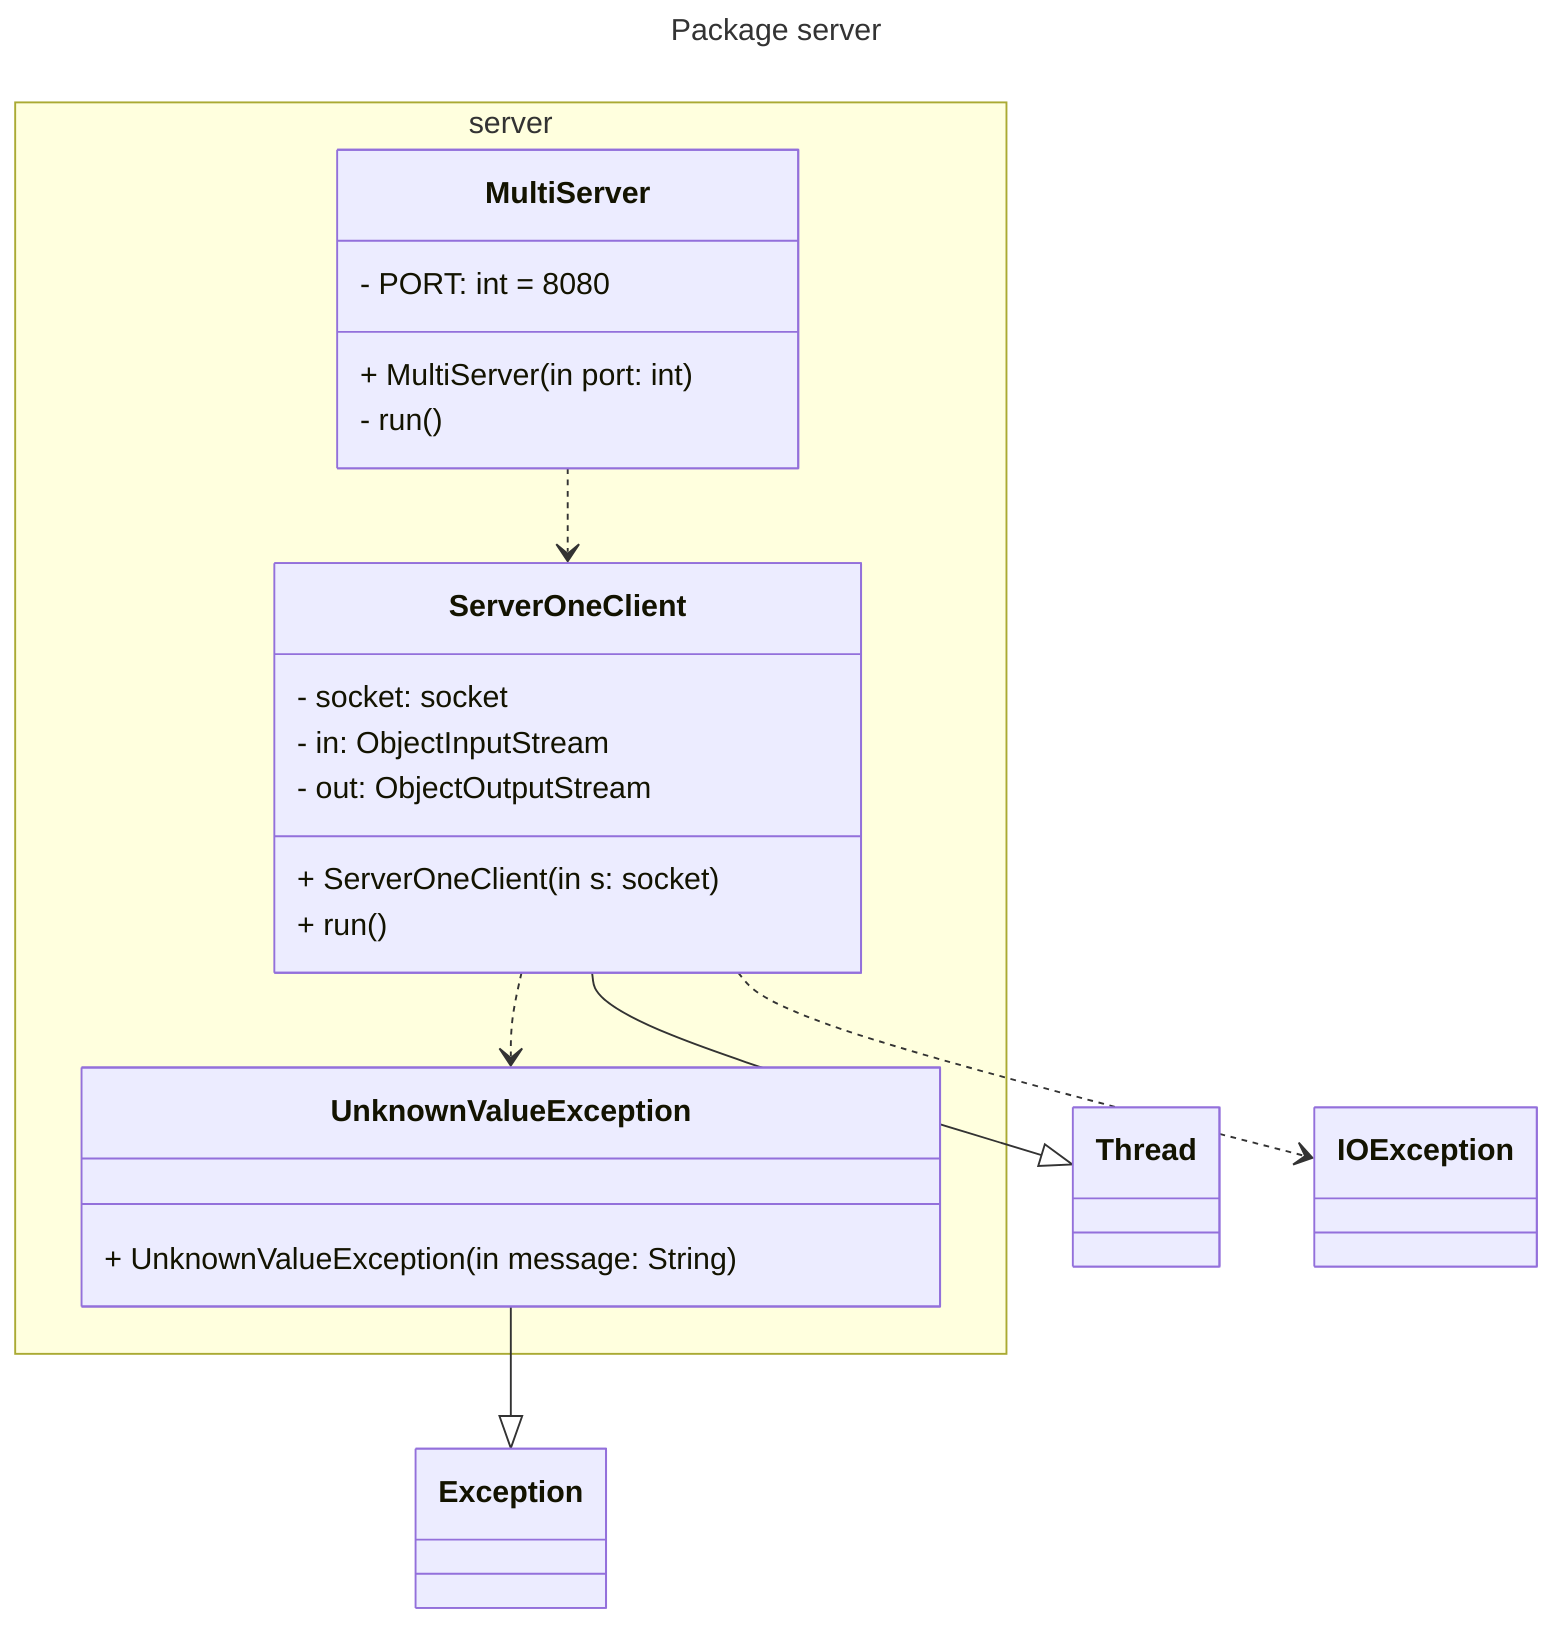
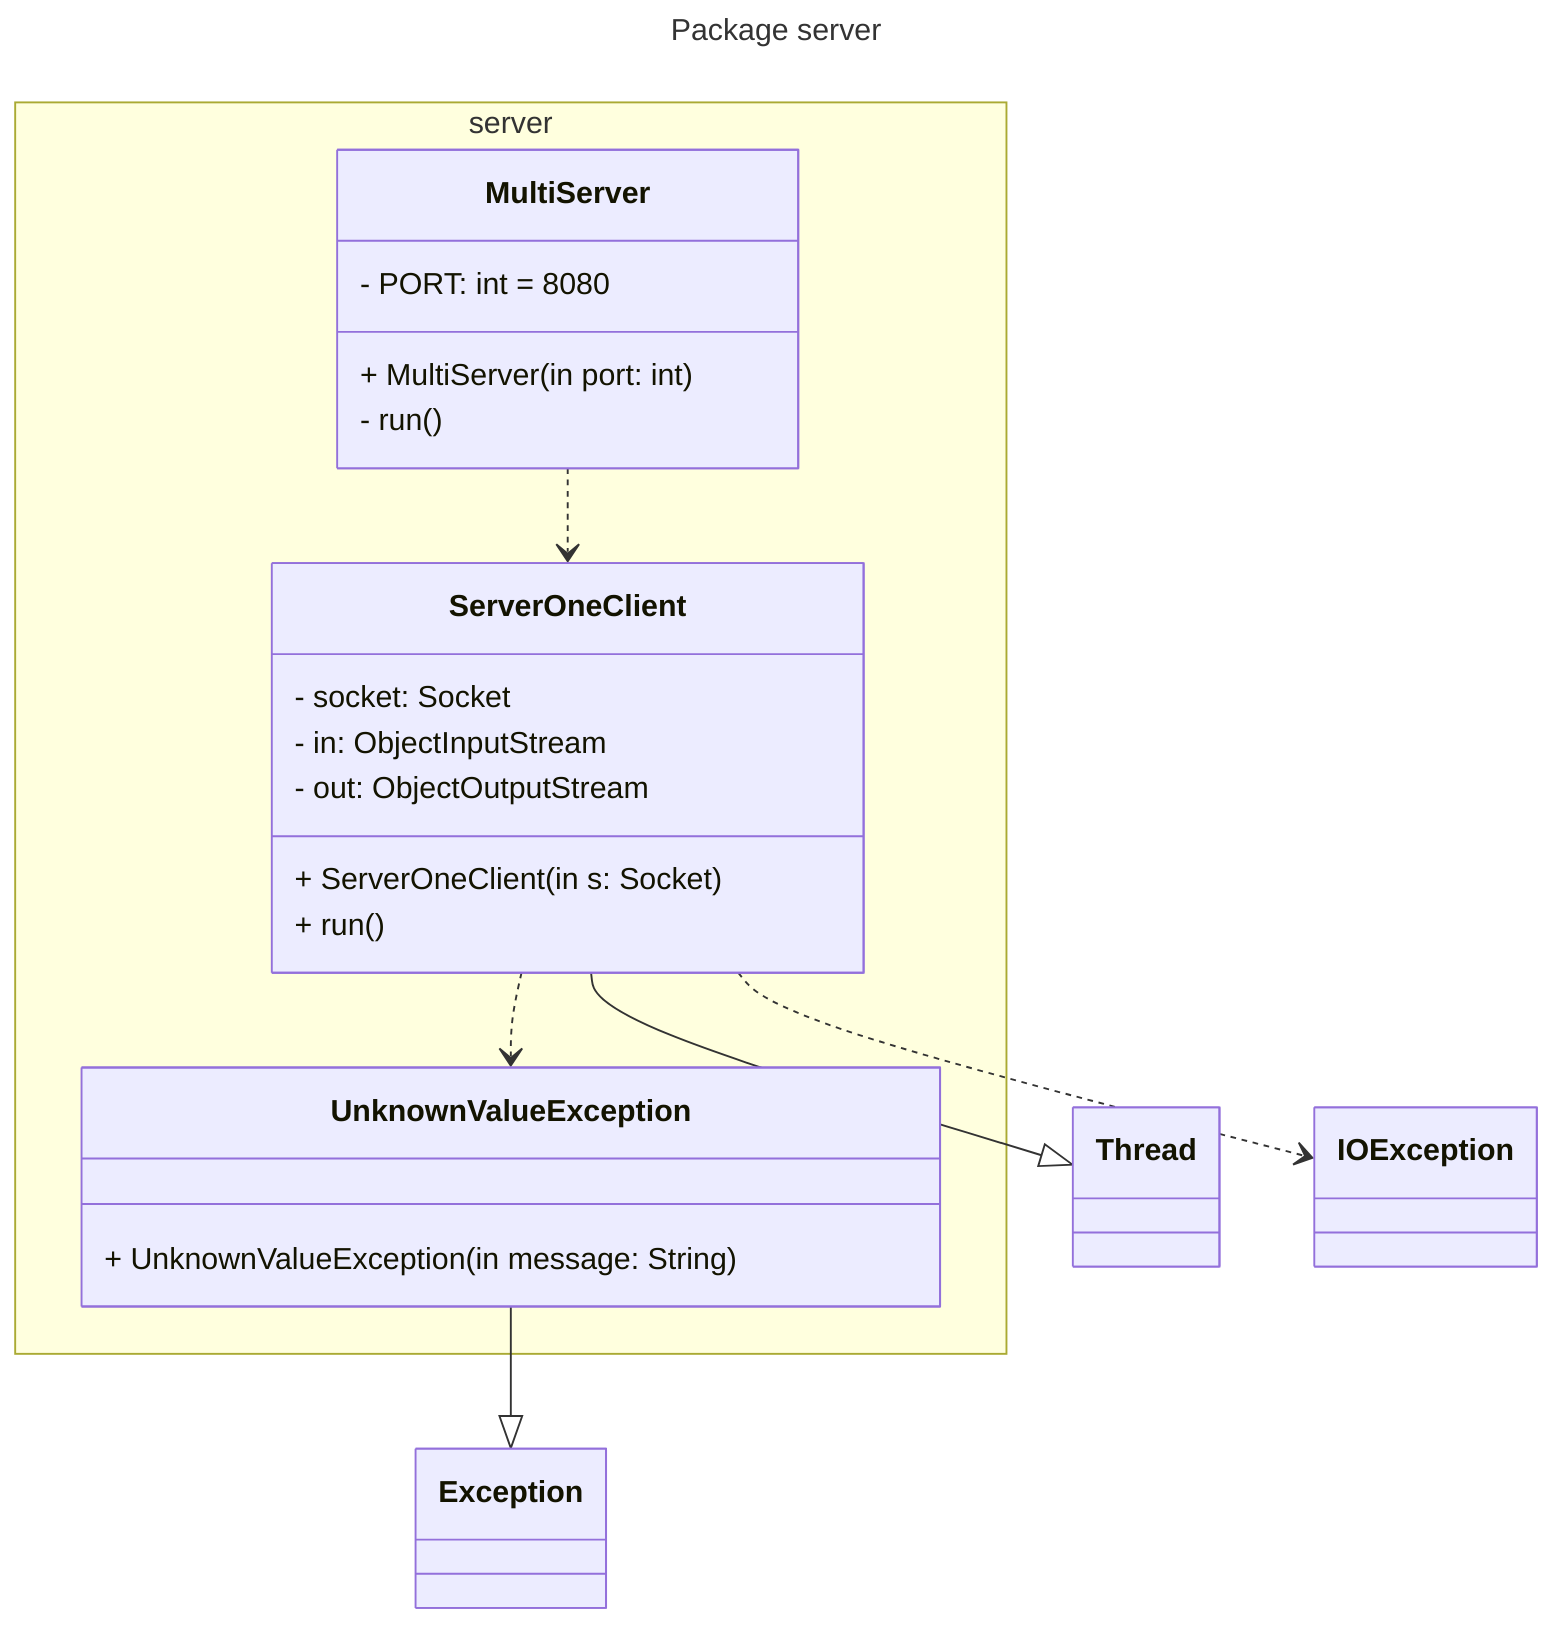

---
title: Package server
---
classDiagram
    namespace server {
        class MultiServer
        class ServerOneClient
        class UnknownValueException
    }

    class MultiServer {
        - PORT: int = 8080
        + MultiServer(in port: int)
        - run()
    }

    class ServerOneClient{
-         - socket: socket
+         - socket: Socket
        - in: ObjectInputStream
        - out: ObjectOutputStream
-         + ServerOneClient(in s: socket)
+         + ServerOneClient(in s: Socket)
        + run()
    }

    class UnknownValueException{
        + UnknownValueException(in message: String)
    }

        class Thread{
    }

    class IOException{
    }

    ServerOneClient --|> Thread
    ServerOneClient ..> UnknownValueException
    ServerOneClient ..> IOException
    MultiServer ..> ServerOneClient
    UnknownValueException --|> Exception

